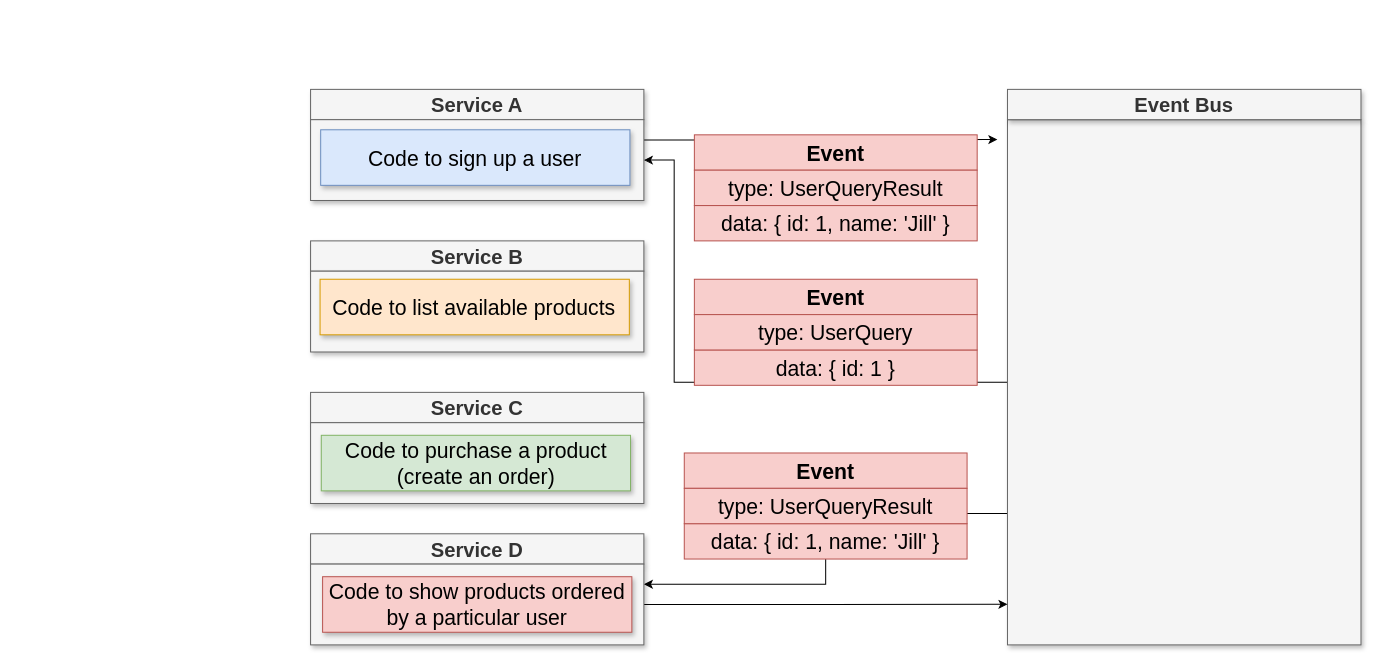
Earlier version of the draw.io diagram page "13 - events" (8 of 16) of diagrams/01/03.drawio (pawaniu/microservices-casts). Source tidied: cells renumbered, new cells numbered last; positions are measured from the earlier drawing's top-left corner, leaving out a move shared by most shapes. Both pictures are drawn from the tidied source at 101%, with x=0, y=0 at pixel (310, 89).
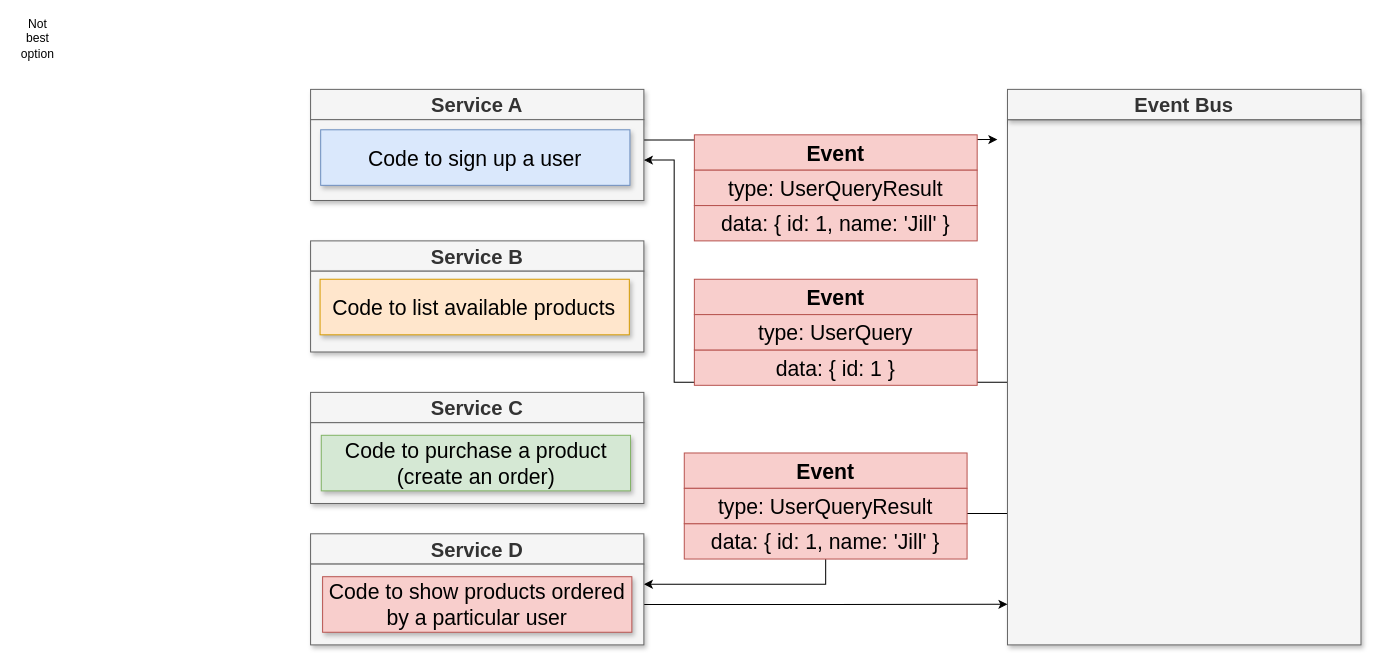
After the change.

Change to the diagram source:
```diff
@@
+    <mxCell id="29" value="Not best option" style="text;html=1;strokeColor=none;fillColor=none;align=center;verticalAlign=middle;whiteSpace=wrap;rounded=0;" parent="1" vertex="1">
+      <mxGeometry x="-290" y="-60" width="40" height="20" as="geometry" />
+    </mxCell>
```
